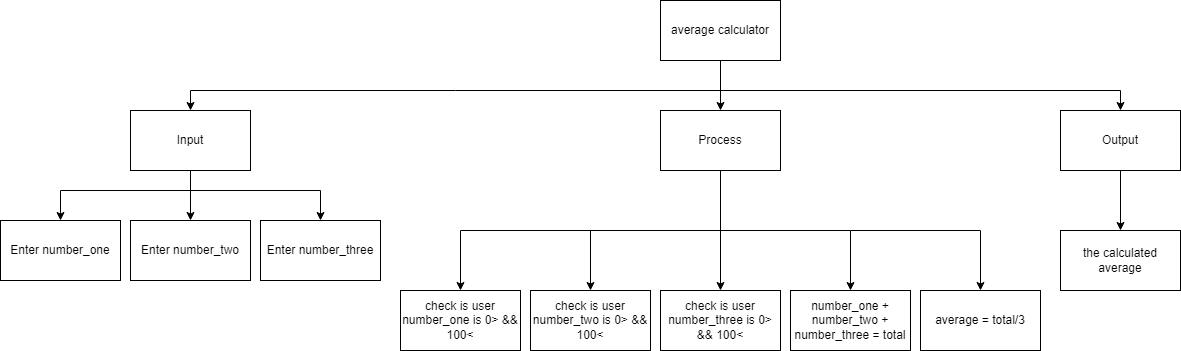
JacksonNaufal/ICS3U-Assignment3-Python keeps this draw.io diagram as TopDown.png. Above is the earlier version. Source tidied: cells renumbered, new cells last; positions are measured from the earlier drawing's top-left corner, leaving out a move shared by most shapes.
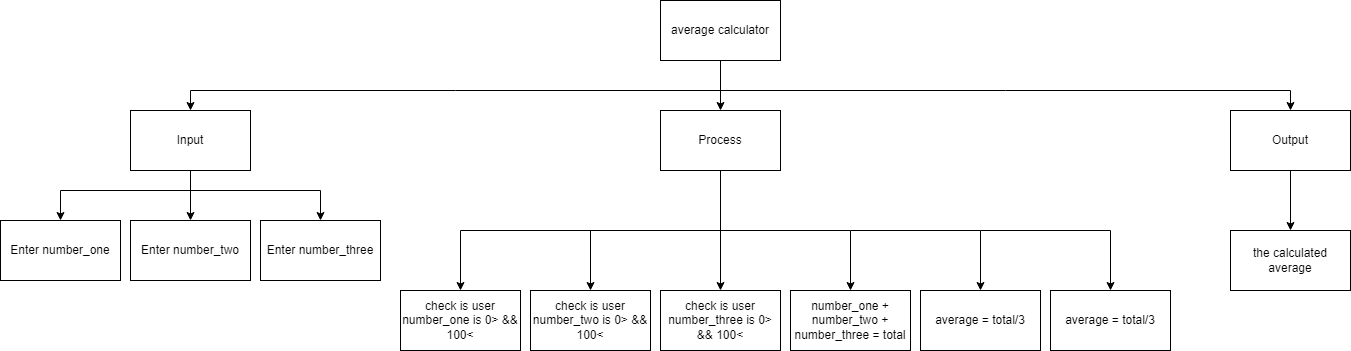
Later version of the same file.

Diff of the diagram source:
```diff
@@ -17,7 +17,7 @@
       <mxGeometry relative="1" as="geometry">
         <mxPoint x="720" y="90" as="sourcePoint" />
         <Array as="points">
-          <mxPoint x="1120" y="90" />
+          <mxPoint x="1290" y="90" />
         </Array>
       </mxGeometry>
     </mxCell>
@@ -81,6 +81,14 @@
         </Array>
       </mxGeometry>
     </mxCell>
+    <mxCell id="27" style="edgeStyle=none;html=1;entryX=0.5;entryY=0;entryDx=0;entryDy=0;rounded=0;" parent="1" edge="1" target="28">
+      <mxGeometry relative="1" as="geometry">
+        <mxPoint x="980" y="230" as="sourcePoint" />
+        <Array as="points">
+          <mxPoint x="1110" y="230" />
+        </Array>
+      </mxGeometry>
+    </mxCell>
     <mxCell id="15" value="Process" style="rounded=0;whiteSpace=wrap;html=1;" parent="1" vertex="1">
       <mxGeometry x="660" y="110" width="120" height="60" as="geometry" />
     </mxCell>
@@ -88,7 +96,7 @@
       <mxGeometry relative="1" as="geometry" />
     </mxCell>
     <mxCell id="17" value="Output" style="rounded=0;whiteSpace=wrap;html=1;" parent="1" vertex="1">
-      <mxGeometry x="1060" y="110" width="120" height="60" as="geometry" />
+      <mxGeometry x="1230" y="110" width="120" height="60" as="geometry" />
     </mxCell>
     <mxCell id="18" value="Enter number_two" style="rounded=0;whiteSpace=wrap;html=1;" parent="1" vertex="1">
       <mxGeometry x="130" y="220" width="120" height="60" as="geometry" />
@@ -100,7 +108,7 @@
       <mxGeometry x="660" y="290" width="120" height="60" as="geometry" />
     </mxCell>
     <mxCell id="21" value="the calculated average" style="rounded=0;whiteSpace=wrap;html=1;" parent="1" vertex="1">
-      <mxGeometry x="1060" y="230" width="120" height="60" as="geometry" />
+      <mxGeometry x="1230" y="230" width="120" height="60" as="geometry" />
     </mxCell>
     <mxCell id="22" value="check is user number_one is 0&amp;gt; &amp;amp;&amp;amp; 100&amp;lt;" style="rounded=0;whiteSpace=wrap;html=1;" parent="1" vertex="1">
       <mxGeometry x="400" y="290" width="120" height="60" as="geometry" />
@@ -117,5 +125,8 @@
     <mxCell id="26" value="average = total/3" style="rounded=0;whiteSpace=wrap;html=1;" parent="1" vertex="1">
       <mxGeometry x="920" y="290" width="120" height="60" as="geometry" />
     </mxCell>
+    <mxCell id="28" value="average = total/3" style="rounded=0;whiteSpace=wrap;html=1;" parent="1" vertex="1">
+      <mxGeometry x="1050" y="290" width="120" height="60" as="geometry" />
+    </mxCell>
   </root>
 </mxGraphModel>
```
